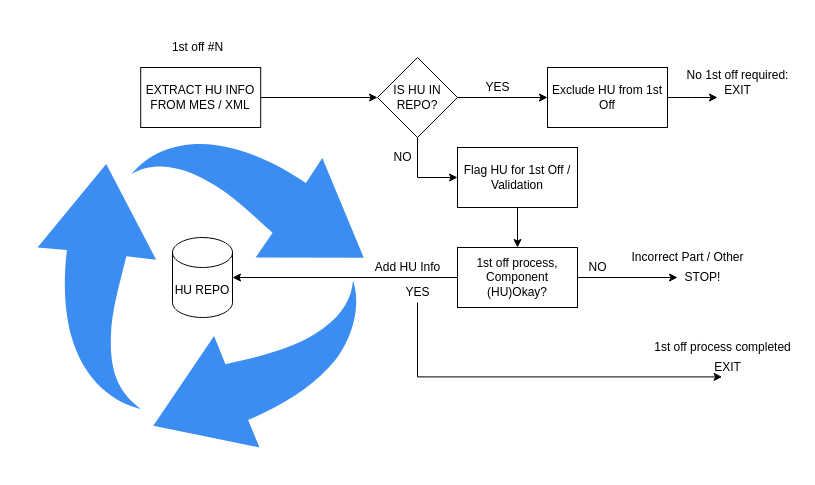
BertieHarte/Drawings keeps this draw.io diagram as HU_Bucket.drawio. Above is the earlier version. Source tidied: cells renumbered, new cells numbered last; positions are measured from the earlier drawing's top-left corner, leaving out a move shared by most shapes. Both pictures are drawn from the tidied source at 100%, with x=0, y=0 at pixel (37, 37).
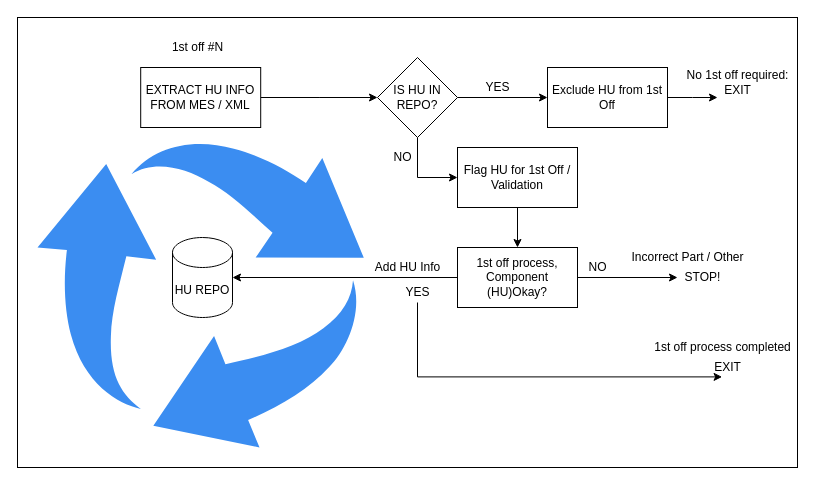
The same diagram, later.

Diff of the diagram source:
```diff
@@
+    <mxCell id="28" style="rounded=0;whiteSpace=wrap;html=1;" parent="1" vertex="1">
+      <mxGeometry x="-20" y="-20" width="780" height="450" as="geometry" />
+    </mxCell>
```
